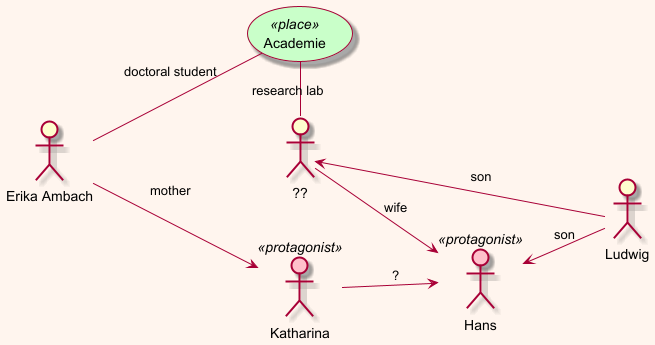
olek3/reading keeps this PlantUML diagram as Kairos/kairos.png. Above is the earlier version.
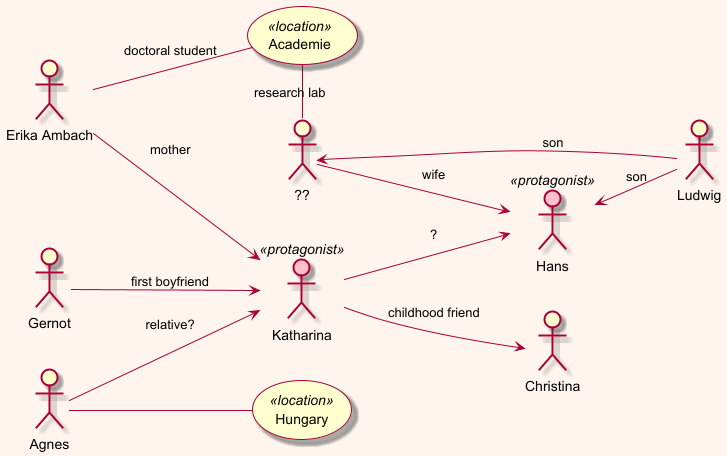
Above is the later version.

Commit message:
актуализирована картинка

Diff of the diagram source:
```diff
@@ -17,7 +17,7 @@
 
 erika --> kat : mother
 
-(Academie) as academy <<place>>
+(Academie) as academy <<location>>
 
 erika -- academy : doctoral student
 
@@ -32,4 +32,14 @@
 hans <-- ludwig  : son
 wife <-- ludwig  : son
 
+:Gernot: --> kat : first boyfriend
+
+(Hungary) as hun <<location>>
+
+:Agnes: -- hun
+
+:Agnes: --> kat : relative?
+
+kat --> :Christina: : childhood friend
+
 @enduml
```
